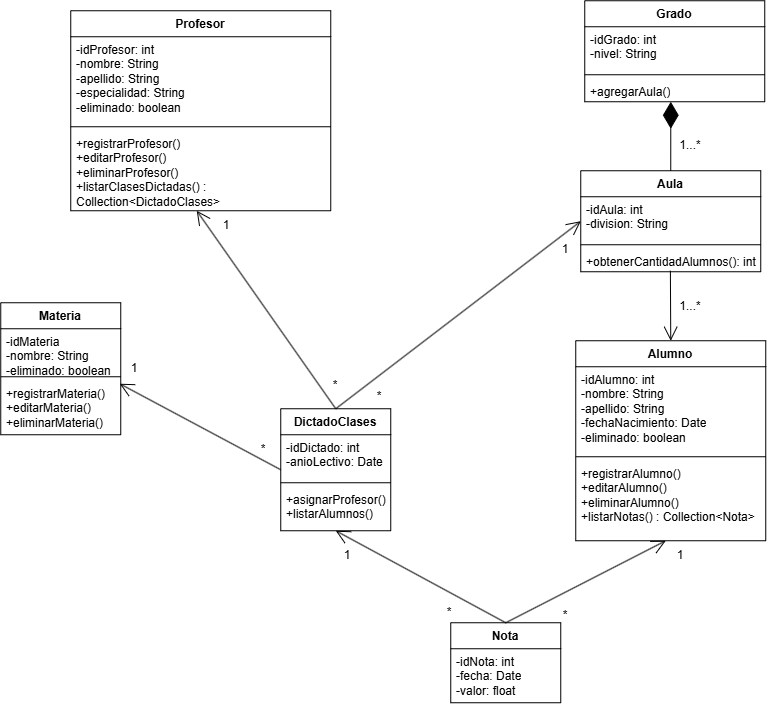
Above: TRABAJO-PRACTICO-GUIA-NO-1/EJERCICIO6/a.AyD/DDC-EJ6.drawio.png in GabrielLeiva05/IS2-2026-33-DE-ESPADAS (draw.io), before the change. Source tidied: cells renumbered, new cells last; positions are measured from the earlier drawing's top-left corner, leaving out a move shared by most shapes.
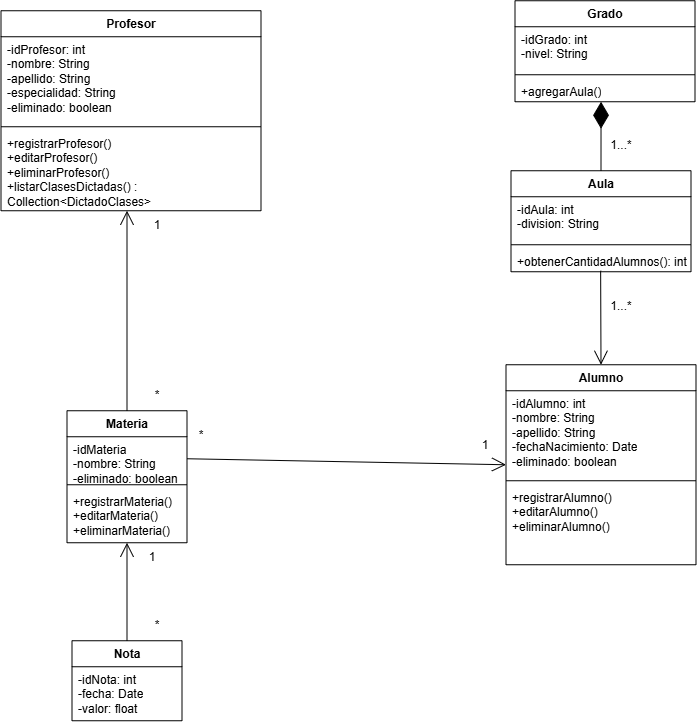
The same file after the commit.

Commit message:
Modificamos el diagrama de clases de disenio del EJ6.

Diff of the diagram source:
```diff
@@ -3,7 +3,7 @@
     <mxCell id="0" />
     <mxCell id="1" parent="0" />
     <mxCell id="2" value="Alumno" style="swimlane;fontStyle=1;align=center;verticalAlign=top;horizontal=1;startSize=26;whiteSpace=wrap;html=1;" parent="1" vertex="1">
-      <mxGeometry x="575" y="340" width="190" height="200" as="geometry" />
+      <mxGeometry x="575" y="364" width="190" height="200" as="geometry" />
     </mxCell>
     <mxCell id="3" value="-idAlumno: int&lt;div&gt;-nombre: String&lt;/div&gt;&lt;div&gt;-apellido: String&lt;/div&gt;&lt;div&gt;-fechaNacimiento: Date&lt;/div&gt;&lt;div&gt;-eliminado: boolean&lt;/div&gt;" style="text;strokeColor=none;fillColor=none;align=left;verticalAlign=top;spacingLeft=4;spacingRight=4;overflow=hidden;whiteSpace=wrap;html=1;" parent="2" vertex="1">
       <mxGeometry y="26" width="190" height="86" as="geometry" />
@@ -11,7 +11,7 @@
     <mxCell id="4" style="line;strokeWidth=1;fillColor=none;align=left;verticalAlign=middle;spacingTop=-1;spacingLeft=3;spacingRight=3;labelPosition=right;strokeColor=inherit;" parent="2" vertex="1">
       <mxGeometry y="112" width="190" height="8" as="geometry" />
     </mxCell>
-    <mxCell id="5" value="+registrarAlumno()&lt;div&gt;+editarAlumno()&lt;/div&gt;&lt;div&gt;+eliminarAlumno()&lt;/div&gt;&lt;div&gt;+listarNotas() : Collection&amp;lt;Nota&amp;gt;&lt;/div&gt;&lt;div&gt;&lt;br&gt;&lt;/div&gt;" style="text;strokeColor=none;fillColor=none;align=left;verticalAlign=top;spacingLeft=4;spacingRight=4;overflow=hidden;whiteSpace=wrap;html=1;" parent="2" vertex="1">
+    <mxCell id="5" value="+registrarAlumno()&lt;div&gt;+editarAlumno()&lt;/div&gt;&lt;div&gt;+eliminarAlumno()&lt;/div&gt;&lt;div&gt;&lt;br&gt;&lt;/div&gt;" style="text;strokeColor=none;fillColor=none;align=left;verticalAlign=top;spacingLeft=4;spacingRight=4;overflow=hidden;whiteSpace=wrap;html=1;" parent="2" vertex="1">
       <mxGeometry y="120" width="190" height="80" as="geometry" />
     </mxCell>
     <mxCell id="6" value="Profesor" style="swimlane;fontStyle=1;align=center;verticalAlign=top;horizontal=1;startSize=26;whiteSpace=wrap;html=1;" parent="1" vertex="1">
@@ -26,26 +26,14 @@
     <mxCell id="9" value="+registrarProfesor()&lt;div&gt;+editarProfesor()&lt;/div&gt;&lt;div&gt;+eliminarProfesor()&lt;/div&gt;&lt;div&gt;+listarClasesDictadas() : Collection&amp;lt;DictadoClases&amp;gt;&lt;/div&gt;&lt;div&gt;&lt;br&gt;&lt;/div&gt;" style="text;strokeColor=none;fillColor=none;align=left;verticalAlign=top;spacingLeft=4;spacingRight=4;overflow=hidden;whiteSpace=wrap;html=1;" parent="6" vertex="1">
       <mxGeometry y="120" width="260" height="80" as="geometry" />
     </mxCell>
-    <mxCell id="10" value="DictadoClases" style="swimlane;fontStyle=1;align=center;verticalAlign=top;horizontal=1;startSize=26;whiteSpace=wrap;html=1;" parent="1" vertex="1">
-      <mxGeometry x="280" y="408" width="110" height="122" as="geometry" />
-    </mxCell>
-    <mxCell id="11" value="-idDictado: int&lt;div&gt;-anioLectivo: Date&lt;/div&gt;&lt;div&gt;&lt;br&gt;&lt;/div&gt;" style="text;strokeColor=none;fillColor=none;align=left;verticalAlign=top;spacingLeft=4;spacingRight=4;overflow=hidden;whiteSpace=wrap;html=1;" parent="10" vertex="1">
-      <mxGeometry y="26" width="110" height="44" as="geometry" />
-    </mxCell>
-    <mxCell id="12" style="line;strokeWidth=1;fillColor=none;align=left;verticalAlign=middle;spacingTop=-1;spacingLeft=3;spacingRight=3;labelPosition=right;strokeColor=inherit;" parent="10" vertex="1">
-      <mxGeometry y="70" width="110" height="8" as="geometry" />
-    </mxCell>
-    <mxCell id="13" value="&lt;div&gt;+asignarProfesor()&lt;/div&gt;&lt;div&gt;+listarAlumnos()&lt;/div&gt;" style="text;strokeColor=none;fillColor=none;align=left;verticalAlign=top;spacingLeft=4;spacingRight=4;overflow=hidden;whiteSpace=wrap;html=1;" parent="10" vertex="1">
-      <mxGeometry y="78" width="110" height="44" as="geometry" />
-    </mxCell>
     <mxCell id="14" value="Nota" style="swimlane;fontStyle=1;align=center;verticalAlign=top;horizontal=1;startSize=26;whiteSpace=wrap;html=1;" parent="1" vertex="1">
-      <mxGeometry x="450" y="622" width="110" height="80" as="geometry" />
+      <mxGeometry x="141" y="640" width="110" height="80" as="geometry" />
     </mxCell>
     <mxCell id="15" value="-idNota: int&lt;div&gt;-fecha: Date&lt;/div&gt;&lt;div&gt;-valor: float&lt;/div&gt;" style="text;strokeColor=none;fillColor=none;align=left;verticalAlign=top;spacingLeft=4;spacingRight=4;overflow=hidden;whiteSpace=wrap;html=1;" parent="14" vertex="1">
       <mxGeometry y="26" width="110" height="54" as="geometry" />
     </mxCell>
     <mxCell id="16" value="Materia" style="swimlane;fontStyle=1;align=center;verticalAlign=top;horizontal=1;startSize=26;whiteSpace=wrap;html=1;" parent="1" vertex="1">
-      <mxGeometry y="302" width="120" height="132" as="geometry" />
+      <mxGeometry x="136" y="410" width="120" height="132" as="geometry" />
     </mxCell>
     <mxCell id="17" value="&lt;div&gt;-idMateria&lt;/div&gt;&lt;div&gt;-nombre: String&lt;/div&gt;&lt;div&gt;-eliminado: boolean&lt;/div&gt;" style="text;strokeColor=none;fillColor=none;align=left;verticalAlign=top;spacingLeft=4;spacingRight=4;overflow=hidden;points=[[0,0.5],[1,0.5]];portConstraint=eastwest;whiteSpace=wrap;html=1;" parent="16" vertex="1">
       <mxGeometry y="26" width="120" height="44" as="geometry" />
@@ -92,50 +80,32 @@
     <mxCell id="31" value="1...*" style="text;html=1;whiteSpace=wrap;strokeColor=none;fillColor=none;align=center;verticalAlign=middle;rounded=0;" parent="1" vertex="1">
       <mxGeometry x="660" y="291" width="60" height="30" as="geometry" />
     </mxCell>
-    <mxCell id="32" value="1" style="text;html=1;whiteSpace=wrap;strokeColor=none;fillColor=none;align=center;verticalAlign=middle;rounded=0;" parent="1" vertex="1">
-      <mxGeometry x="650" y="540" width="60" height="30" as="geometry" />
-    </mxCell>
-    <mxCell id="33" value="*" style="text;html=1;whiteSpace=wrap;strokeColor=none;fillColor=none;align=center;verticalAlign=middle;rounded=0;" parent="1" vertex="1">
-      <mxGeometry x="535" y="600" width="60" height="30" as="geometry" />
-    </mxCell>
     <mxCell id="34" value="1" style="text;html=1;whiteSpace=wrap;strokeColor=none;fillColor=none;align=center;verticalAlign=middle;rounded=0;" parent="1" vertex="1">
-      <mxGeometry x="317" y="540" width="60" height="30" as="geometry" />
+      <mxGeometry x="191" y="542" width="60" height="30" as="geometry" />
     </mxCell>
     <mxCell id="35" value="*" style="text;html=1;whiteSpace=wrap;strokeColor=none;fillColor=none;align=center;verticalAlign=middle;rounded=0;" parent="1" vertex="1">
-      <mxGeometry x="419" y="597" width="60" height="30" as="geometry" />
+      <mxGeometry x="196" y="610" width="60" height="30" as="geometry" />
     </mxCell>
     <mxCell id="36" value="1" style="text;html=1;whiteSpace=wrap;strokeColor=none;fillColor=none;align=center;verticalAlign=middle;rounded=0;" parent="1" vertex="1">
       <mxGeometry x="196" y="210" width="60" height="30" as="geometry" />
     </mxCell>
     <mxCell id="37" value="*" style="text;html=1;whiteSpace=wrap;strokeColor=none;fillColor=none;align=center;verticalAlign=middle;rounded=0;" parent="1" vertex="1">
-      <mxGeometry x="305" y="370" width="60" height="30" as="geometry" />
+      <mxGeometry x="196" y="380" width="60" height="30" as="geometry" />
     </mxCell>
     <mxCell id="38" value="1" style="text;html=1;whiteSpace=wrap;strokeColor=none;fillColor=none;align=center;verticalAlign=middle;rounded=0;" parent="1" vertex="1">
-      <mxGeometry x="535" y="234" width="60" height="30" as="geometry" />
+      <mxGeometry x="524" y="430" width="60" height="30" as="geometry" />
     </mxCell>
     <mxCell id="39" value="*" style="text;html=1;whiteSpace=wrap;strokeColor=none;fillColor=none;align=center;verticalAlign=middle;rounded=0;" parent="1" vertex="1">
-      <mxGeometry x="349" y="381" width="60" height="30" as="geometry" />
+      <mxGeometry x="240" y="420" width="60" height="30" as="geometry" />
     </mxCell>
-    <mxCell id="40" value="1" style="text;html=1;whiteSpace=wrap;strokeColor=none;fillColor=none;align=center;verticalAlign=middle;rounded=0;" parent="1" vertex="1">
-      <mxGeometry x="104" y="353" width="60" height="30" as="geometry" />
-    </mxCell>
-    <mxCell id="41" value="*" style="text;html=1;whiteSpace=wrap;strokeColor=none;fillColor=none;align=center;verticalAlign=middle;rounded=0;" parent="1" vertex="1">
-      <mxGeometry x="233" y="434" width="60" height="30" as="geometry" />
-    </mxCell>
-    <mxCell id="42" style="endArrow=open;endFill=1;endSize=12;html=1;rounded=0;entryX=0;entryY=0.5;entryDx=0;entryDy=0;exitX=0.5;exitY=0;exitDx=0;exitDy=0;" parent="1" edge="1" source="10" target="20">
-      <mxGeometry relative="1" as="geometry" />
-    </mxCell>
-    <mxCell id="43" style="endArrow=open;endFill=1;endSize=12;html=1;rounded=0;entryX=0;entryY=0;entryDx=0;entryDy=0;exitX=0.5;exitY=0;exitDx=0;exitDy=0;" parent="1" edge="1" source="10" target="36">
+    <mxCell id="43" style="endArrow=open;endFill=1;endSize=12;html=1;rounded=0;entryX=0;entryY=0;entryDx=0;entryDy=0;exitX=0.5;exitY=0;exitDx=0;exitDy=0;" parent="1" edge="1" source="16" target="36">
       <mxGeometry relative="1" as="geometry" />
     </mxCell>
-    <mxCell id="44" style="endArrow=open;endFill=1;endSize=12;html=1;rounded=0;entryX=0.25;entryY=1;entryDx=0;entryDy=0;exitX=0;exitY=0.5;exitDx=0;exitDy=0;" parent="1" edge="1" source="10" target="40">
-      <mxGeometry relative="1" as="geometry" />
-    </mxCell>
-    <mxCell id="45" style="endArrow=open;endFill=1;endSize=12;html=1;rounded=0;entryX=0.25;entryY=0;entryDx=0;entryDy=0;exitX=0.5;exitY=0;exitDx=0;exitDy=0;" parent="1" edge="1" source="14" target="32">
-      <mxGeometry relative="1" as="geometry" />
-    </mxCell>
-    <mxCell id="46" style="endArrow=open;endFill=1;endSize=12;html=1;rounded=0;entryX=0.5;entryY=1;entryDx=0;entryDy=0;exitX=0.5;exitY=0;exitDx=0;exitDy=0;" parent="1" edge="1" source="14" target="10">
+    <mxCell id="46" style="endArrow=open;endFill=1;endSize=12;html=1;rounded=0;entryX=0.5;entryY=1;entryDx=0;entryDy=0;exitX=0.5;exitY=0;exitDx=0;exitDy=0;" parent="1" edge="1" source="14" target="16">
       <mxGeometry relative="1" as="geometry" />
     </mxCell>
+    <mxCell id="47" style="endArrow=open;endFill=1;endSize=12;html=1;rounded=0;entryX=0;entryY=0.5;entryDx=0;entryDy=0;exitX=1;exitY=0.5;exitDx=0;exitDy=0;" parent="1" edge="1" source="17" target="2">
+      <mxGeometry relative="1" as="geometry" />
+    </mxCell>
   </root>
 </mxGraphModel>
```
